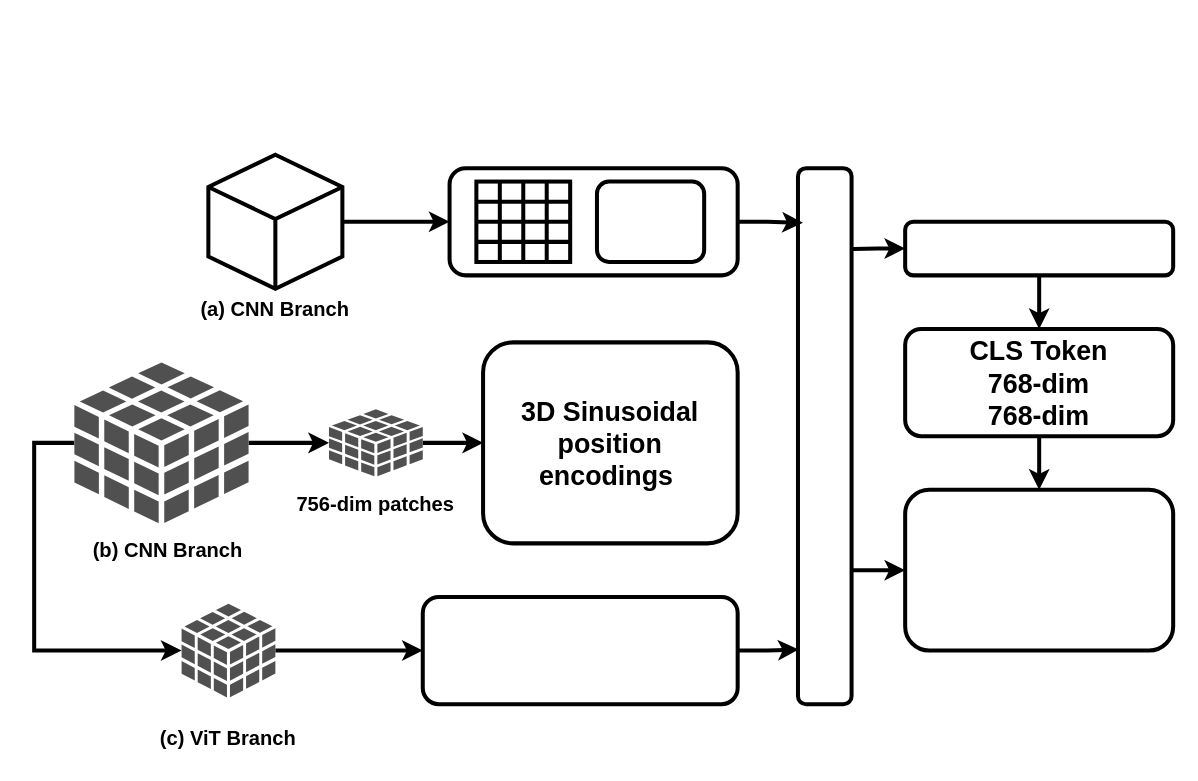
Before: Pulmonet.drawio in vinayak-k24/DrawIO, a draw.io diagram. Source tidied: cells renumbered, new cells numbered last; positions are measured from the earlier drawing's top-left corner, leaving out a move shared by most shapes. Both pictures are drawn from the tidied source at 134%, with x=0, y=0 at pixel (34, 154).
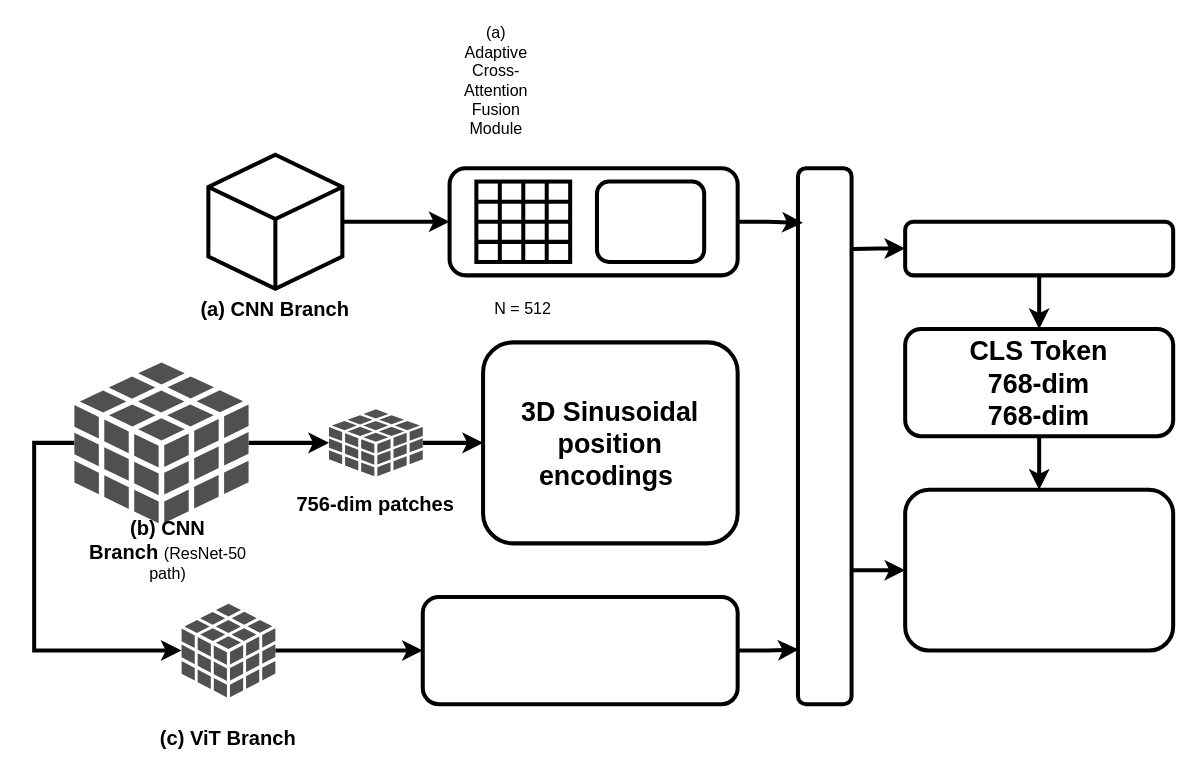
After the change.

What changed in the source:
```diff
@@
-    <mxCell id="34" value="&lt;b&gt;&lt;font style=&quot;font-size: 15px;&quot;&gt;(b) CNN Branch&lt;/font&gt;&lt;/b&gt;" style="text;html=1;whiteSpace=wrap;strokeColor=none;fillColor=none;align=center;verticalAlign=middle;rounded=0;" parent="1" vertex="1">
+    <mxCell id="34" value="&lt;b&gt;&lt;font style=&quot;font-size: 15px;&quot;&gt;(b) CNN Branch&amp;nbsp;&lt;/font&gt;&lt;/b&gt;(ResNet-50 path)" style="text;html=1;whiteSpace=wrap;strokeColor=none;fillColor=none;align=center;verticalAlign=middle;rounded=0;" parent="1" vertex="1">
       <mxGeometry x="40" y="280" width="120" height="30" as="geometry" />
     </mxCell>
@@
+    <mxCell id="37" value="(a) Adaptive Cross-Attention Fusion Module" style="text;html=1;whiteSpace=wrap;strokeColor=none;fillColor=none;align=center;verticalAlign=middle;rounded=0;" parent="1" vertex="1">
+      <mxGeometry x="315" y="-70" width="60" height="30" as="geometry" />
+    </mxCell>
+    <mxCell id="38" value="N = 512" style="text;html=1;whiteSpace=wrap;strokeColor=none;fillColor=none;align=center;verticalAlign=middle;rounded=0;" parent="1" vertex="1">
+      <mxGeometry x="335" y="100" width="60" height="30" as="geometry" />
+    </mxCell>
```
